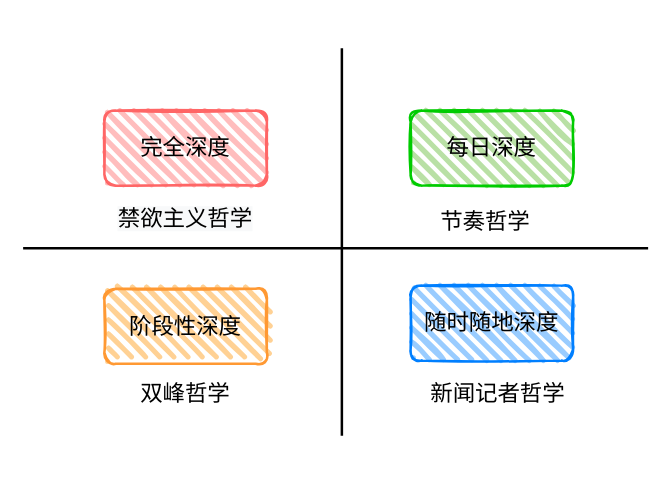
boxtsecond/draw keeps this draw.io diagram as pictures/深度工作/type.drawio. Above is the earlier version. Source tidied: cells renumbered, new cells numbered last; positions are measured from the earlier drawing's top-left corner, leaving out a move shared by most shapes. Both pictures are drawn from the tidied source at 125%, with x=0, y=0 at pixel (22, 48).
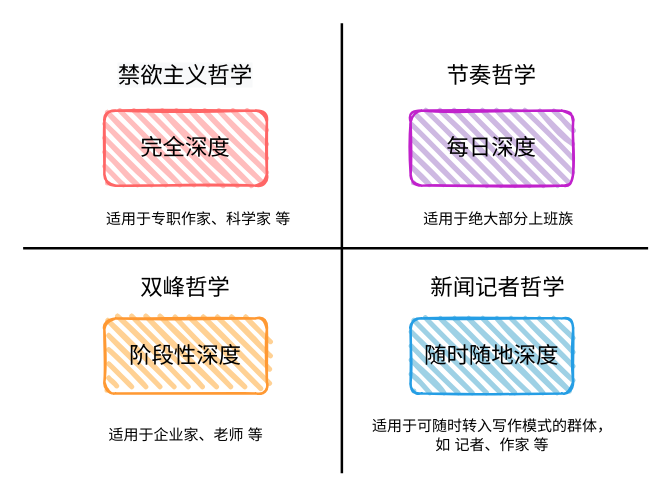
After the change.

Diff of the diagram source:
```diff
@@
 <mxGraphModel>
   <root>
     <mxCell id="0" />
     <mxCell id="1" parent="0" />
     <mxCell id="2" style="line;strokeWidth=2;html=1;" parent="1" vertex="1">
       <mxGeometry y="155" width="500" height="10" as="geometry" />
     </mxCell>
     <mxCell id="3" style="line;strokeWidth=2;direction=south;html=1;" parent="1" vertex="1">
-      <mxGeometry x="250" width="10" height="310" as="geometry" />
+      <mxGeometry x="250" y="-20" width="10" height="360" as="geometry" />
     </mxCell>
     <mxCell id="4" value="&lt;div&gt;&lt;span style=&quot;font-size: 18px ; letter-spacing: -0.1px ; font-family: &amp;quot;avenir next&amp;quot; , &amp;quot;pingfangsc&amp;quot; , &amp;quot;unito sans&amp;quot; , &amp;quot;microsoft yahei&amp;quot;&quot;&gt;&lt;font&gt;完全深度&lt;/font&gt;&lt;/span&gt;&lt;br&gt;&lt;/div&gt;" style="rounded=1;whiteSpace=wrap;html=1;strokeWidth=2;fillWeight=4;hachureGap=8;hachureAngle=45;sketch=1;fillStyle=auto;strokeColor=#FF6666;fillColor=#FFBDBD;" parent="1" vertex="1">
       <mxGeometry x="65" y="50" width="130" height="60" as="geometry" />
     </mxCell>
-    <mxCell id="5" value="&lt;div&gt;&lt;span style=&quot;font-size: 18px ; letter-spacing: -0.1px ; font-family: &amp;#34;avenir next&amp;#34; , &amp;#34;pingfangsc&amp;#34; , &amp;#34;unito sans&amp;#34; , &amp;#34;microsoft yahei&amp;#34;&quot;&gt;随时随地深度&lt;/span&gt;&lt;br&gt;&lt;/div&gt;" style="rounded=1;whiteSpace=wrap;html=1;strokeWidth=2;fillWeight=4;hachureGap=8;hachureAngle=45;sketch=1;fillStyle=auto;fillColor=#99CCFF;strokeColor=#007FFF;" parent="1" vertex="1">
-      <mxGeometry x="310" y="190" width="130" height="60" as="geometry" />
+    <mxCell id="5" value="&lt;div&gt;&lt;span style=&quot;font-size: 18px ; letter-spacing: -0.1px ; font-family: &amp;#34;avenir next&amp;#34; , &amp;#34;pingfangsc&amp;#34; , &amp;#34;unito sans&amp;#34; , &amp;#34;microsoft yahei&amp;#34;&quot;&gt;随时随地深度&lt;/span&gt;&lt;br&gt;&lt;/div&gt;" style="rounded=1;whiteSpace=wrap;html=1;strokeWidth=2;fillWeight=4;hachureGap=8;hachureAngle=45;sketch=1;fillStyle=auto;fillColor=#9ED1E5;strokeColor=#259EE5;" parent="1" vertex="1">
+      <mxGeometry x="310" y="216.2" width="130" height="60" as="geometry" />
     </mxCell>
-    <mxCell id="6" value="&lt;div&gt;&lt;span style=&quot;font-size: 18px ; letter-spacing: -0.1px ; font-family: &amp;#34;avenir next&amp;#34; , &amp;#34;pingfangsc&amp;#34; , &amp;#34;unito sans&amp;#34; , &amp;#34;microsoft yahei&amp;#34;&quot;&gt;每日深度&lt;/span&gt;&lt;br&gt;&lt;/div&gt;" style="rounded=1;whiteSpace=wrap;html=1;strokeWidth=2;fillWeight=4;hachureGap=8;hachureAngle=45;sketch=1;fillStyle=auto;fillColor=#B9E0A5;strokeColor=#00CC00;" parent="1" vertex="1">
+    <mxCell id="6" value="&lt;div&gt;&lt;span style=&quot;font-size: 18px ; letter-spacing: -0.1px ; font-family: &amp;#34;avenir next&amp;#34; , &amp;#34;pingfangsc&amp;#34; , &amp;#34;unito sans&amp;#34; , &amp;#34;microsoft yahei&amp;#34;&quot;&gt;每日深度&lt;/span&gt;&lt;br&gt;&lt;/div&gt;" style="rounded=1;whiteSpace=wrap;html=1;strokeWidth=2;fillWeight=4;hachureGap=8;hachureAngle=45;sketch=1;fillStyle=auto;strokeColor=#C121CC;fillColor=#CEB9E2;" parent="1" vertex="1">
       <mxGeometry x="310" y="50" width="130" height="60" as="geometry" />
     </mxCell>
     <mxCell id="7" value="&lt;span style=&quot;color: rgb(0 , 0 , 0) ; font-family: &amp;#34;avenir next&amp;#34; , &amp;#34;pingfangsc&amp;#34; , &amp;#34;unito sans&amp;#34; , &amp;#34;microsoft yahei&amp;#34; ; font-size: 18px ; font-style: normal ; font-weight: 400 ; letter-spacing: -0.1px ; text-indent: 0px ; text-transform: none ; word-spacing: 0px ; background-color: rgb(248 , 249 , 250) ; display: inline ; float: none&quot;&gt;禁欲主义哲学&lt;/span&gt;" style="text;whiteSpace=wrap;html=1;align=center;" parent="1" vertex="1">
-      <mxGeometry x="70" y="120" width="120" height="25" as="geometry" />
+      <mxGeometry x="70" y="5" width="120" height="25" as="geometry" />
     </mxCell>
     <mxCell id="8" value="&lt;span style=&quot;font-family: &amp;#34;avenir next&amp;#34; , &amp;#34;pingfangsc&amp;#34; , &amp;#34;unito sans&amp;#34; , &amp;#34;microsoft yahei&amp;#34; ; font-size: 18px ; letter-spacing: -0.1px&quot;&gt;双峰哲学&lt;/span&gt;" style="text;whiteSpace=wrap;html=1;align=center;" parent="1" vertex="1">
-      <mxGeometry x="70" y="260" width="120" height="30" as="geometry" />
+      <mxGeometry x="70" y="174.5" width="120" height="30" as="geometry" />
     </mxCell>
     <mxCell id="9" value="&lt;div&gt;&lt;font face=&quot;Avenir Next, PingFangSC, Unito Sans, Microsoft Yahei&quot;&gt;&lt;span style=&quot;font-size: 18px ; letter-spacing: -0.1px&quot;&gt;新闻记者哲学&lt;/span&gt;&lt;/font&gt;&lt;br&gt;&lt;/div&gt;&lt;div&gt;&lt;font face=&quot;Avenir Next, PingFangSC, Unito Sans, Microsoft Yahei&quot;&gt;&lt;span style=&quot;font-size: 18px ; letter-spacing: -0.1px&quot;&gt;&lt;br&gt;&lt;/span&gt;&lt;/font&gt;&lt;/div&gt;" style="text;whiteSpace=wrap;html=1;align=center;" parent="1" vertex="1">
-      <mxGeometry x="320" y="260" width="120" height="30" as="geometry" />
+      <mxGeometry x="320" y="175" width="120" height="30" as="geometry" />
     </mxCell>
     <mxCell id="10" value="&lt;div&gt;&lt;font face=&quot;Avenir Next, PingFangSC, Unito Sans, Microsoft Yahei&quot;&gt;&lt;span style=&quot;font-size: 18px ; letter-spacing: -0.1px&quot;&gt;节奏哲学&lt;/span&gt;&lt;/font&gt;&lt;br&gt;&lt;/div&gt;&lt;div&gt;&lt;font face=&quot;Avenir Next, PingFangSC, Unito Sans, Microsoft Yahei&quot;&gt;&lt;span style=&quot;font-size: 18px ; letter-spacing: -0.1px&quot;&gt;&lt;br&gt;&lt;/span&gt;&lt;/font&gt;&lt;/div&gt;" style="text;whiteSpace=wrap;html=1;align=center;" parent="1" vertex="1">
-      <mxGeometry x="310" y="122" width="120" height="30" as="geometry" />
+      <mxGeometry x="315" y="5" width="120" height="30" as="geometry" />
     </mxCell>
     <mxCell id="11" value="&lt;div&gt;&lt;span style=&quot;font-size: 18px ; letter-spacing: -0.1px ; font-family: &amp;#34;avenir next&amp;#34; , &amp;#34;pingfangsc&amp;#34; , &amp;#34;unito sans&amp;#34; , &amp;#34;microsoft yahei&amp;#34;&quot;&gt;阶段性深度&lt;/span&gt;&lt;br&gt;&lt;/div&gt;" style="rounded=1;whiteSpace=wrap;html=1;strokeWidth=2;fillWeight=4;hachureGap=8;hachureAngle=45;sketch=1;fillStyle=auto;fillColor=#FFD194;strokeColor=#FF9933;" parent="1" vertex="1">
-      <mxGeometry x="65" y="192.5" width="130" height="60" as="geometry" />
+      <mxGeometry x="65" y="216.2" width="130" height="60" as="geometry" />
     </mxCell>
+    <mxCell id="12" value="适用于专职作家、科学家 等" style="text;html=1;align=center;verticalAlign=middle;fontColor=#000000;rotation=0;" parent="1" vertex="1">
+      <mxGeometry x="60" y="127" width="160" height="20" as="geometry" />
+    </mxCell>
+    <mxCell id="13" value="适用于绝大部分上班族" style="text;html=1;align=center;verticalAlign=middle;fontColor=#000000;rotation=0;" parent="1" vertex="1">
+      <mxGeometry x="310" y="127" width="140" height="20" as="geometry" />
+    </mxCell>
+    <mxCell id="14" value="适用于可随时转入写作模式的群体，&lt;br&gt;如 记者、作家 等" style="text;html=1;align=center;verticalAlign=middle;fontColor=#000000;rotation=0;" parent="1" vertex="1">
+      <mxGeometry x="270" y="295" width="210" height="30" as="geometry" />
+    </mxCell>
+    <mxCell id="15" value="适用于企业家、老师 等" style="text;html=1;align=center;verticalAlign=middle;fontColor=#000000;rotation=0;" parent="1" vertex="1">
+      <mxGeometry x="60" y="300" width="140" height="20" as="geometry" />
+    </mxCell>
   </root>
 </mxGraphModel>
```
